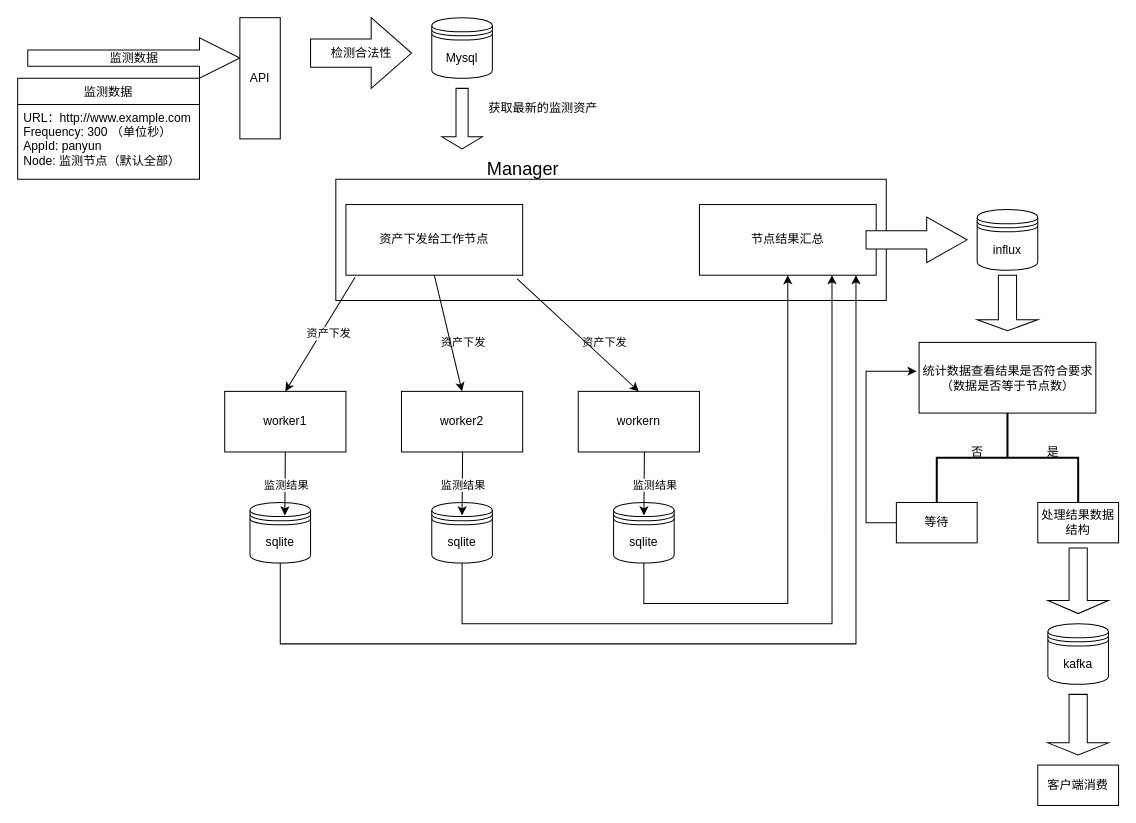
This is 未命名绘图.drawio from whscout/resume, a draw.io file, before an edit. Source tidied: cells renumbered, new cells numbered last; positions are measured from the earlier drawing's top-left corner, leaving out a move shared by most shapes. Both pictures are drawn from the tidied source at 101%, with x=0, y=0 at pixel (17, 17).
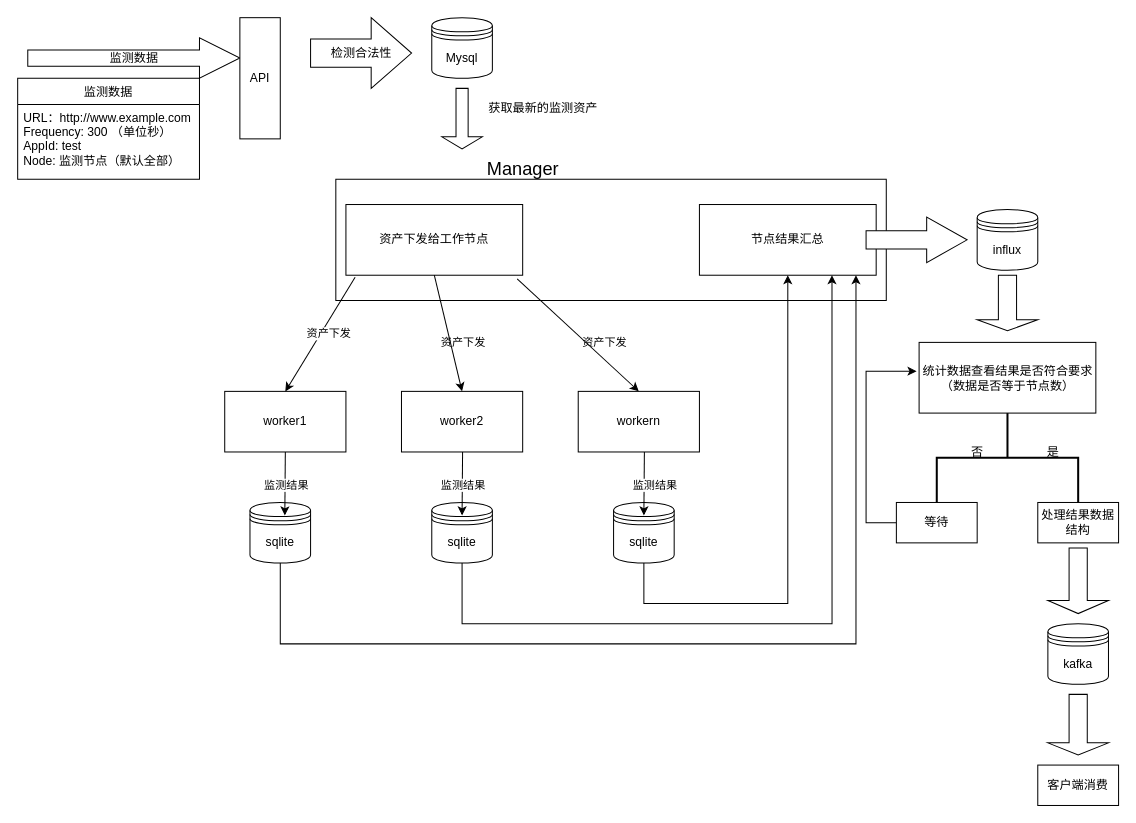
The same page after the edit.

Commit message (it also covers changes not shown here):
可用性监测.drawio

The change refers to these unchanged cells:
```xml
<mxCell id="3" value="监测数据" style="swimlane;fontStyle=0;horizontal=1;startSize=26;fillColor=none;" parent="1" vertex="1">
  <mxGeometry y="60" width="180" height="100" as="geometry" />
</mxCell>
```

Diff of the diagram source:
```diff
@@
-    <mxCell id="4" value="URL：http://www.example.com&#10;Frequency: 300 （单位秒）&#10;AppId: panyun&#10;Node: 监测节点（默认全部）&#10;" style="text;strokeColor=none;fillColor=none;align=left;verticalAlign=top;spacingLeft=4;spacingRight=4;overflow=hidden;" parent="3" vertex="1">
+    <mxCell id="4" value="URL：http://www.example.com&#10;Frequency: 300 （单位秒）&#10;AppId: test&#10;Node: 监测节点（默认全部）&#10;" style="text;strokeColor=none;fillColor=none;align=left;verticalAlign=top;spacingLeft=4;spacingRight=4;overflow=hidden;" parent="3" vertex="1">
       <mxGeometry y="26" width="180" height="74" as="geometry" />
     </mxCell>
```
